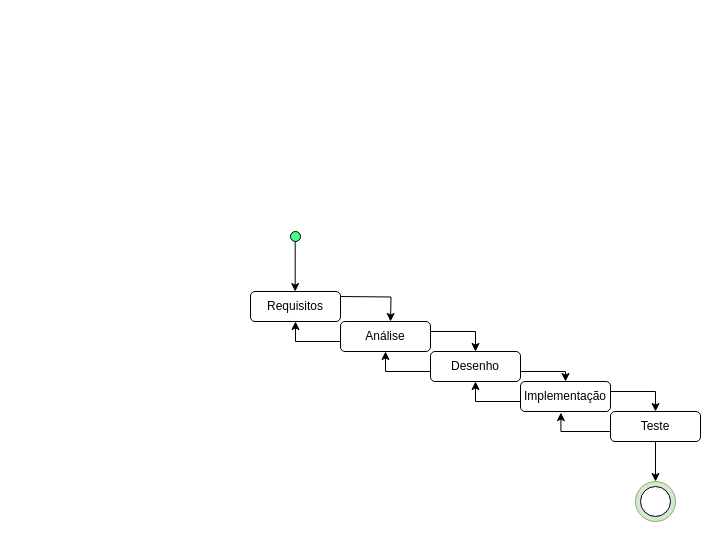
Before: Diagrama sem nome.drawio in Weslolo/Analise, a draw.io diagram. Source tidied: cells renumbered, new cells numbered last; positions are measured from the earlier drawing's top-left corner, leaving out a move shared by most shapes. Both pictures are drawn from the tidied source at 100%, with x=0, y=0 at pixel (40, 11).
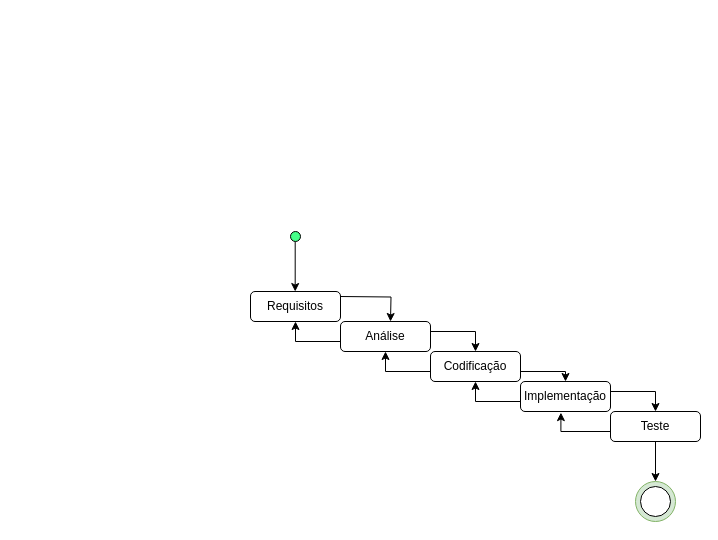
The same diagram, later.

What changed in the source:
```diff
@@
-    <mxCell id="12" value="Desenho" style="rounded=1;whiteSpace=wrap;html=1;" parent="1" vertex="1">
+    <mxCell id="12" value="Codificação" style="rounded=1;whiteSpace=wrap;html=1;" parent="1" vertex="1">
       <mxGeometry x="390" y="340" width="90" height="30" as="geometry" />
     </mxCell>
```
